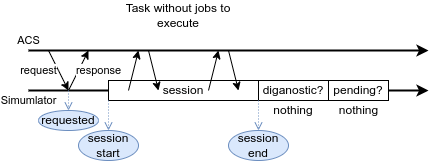
anlix-io/genieacs-sim keeps this draw.io diagram as diagrams/task without jobs.png. Above is the earlier version. Source tidied: cells renumbered, new cells last; positions are measured from the earlier drawing's top-left corner, leaving out a move shared by most shapes.
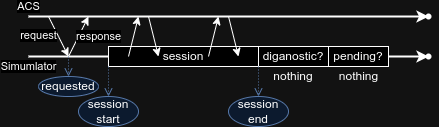
Later version of the same file.

What changed in the source:
```diff
@@ -2,21 +2,16 @@
   <root>
     <mxCell id="0" />
     <mxCell id="1" parent="0" />
-    <mxCell id="2" value="Simumlator" style="endArrow=classic;html=1;rounded=0;strokeWidth=2;" parent="1" edge="1">
+    <mxCell id="2" value="Simumlator" style="endArrow=classic;html=1;rounded=0;strokeWidth=2;entryX=0.3;entryY=0.583;entryDx=0;entryDy=0;entryPerimeter=0;" parent="1" edge="1" target="27">
       <mxGeometry x="-1" y="-10" relative="1" as="geometry">
         <mxPoint y="90" as="sourcePoint" />
-        <mxPoint x="400" y="90" as="targetPoint" />
       </mxGeometry>
     </mxCell>
-    <mxCell id="3" value="ACS" style="endArrow=classic;html=1;rounded=0;strokeWidth=2;" parent="1" edge="1">
+    <mxCell id="3" value="ACS" style="endArrow=classic;html=1;rounded=0;strokeWidth=2;entryX=0.433;entryY=0.7;entryDx=0;entryDy=0;entryPerimeter=0;" parent="1" edge="1" target="26">
       <mxGeometry x="-1" y="10" relative="1" as="geometry">
         <mxPoint y="50" as="sourcePoint" />
-        <mxPoint x="400" y="50" as="targetPoint" />
       </mxGeometry>
     </mxCell>
-    <mxCell id="4" value="Task without jobs to execute" style="text;html=1;strokeColor=none;fillColor=none;align=center;verticalAlign=middle;whiteSpace=wrap;rounded=0;" parent="1" vertex="1">
-      <mxGeometry x="80" width="140" height="30" as="geometry" />
-    </mxCell>
     <mxCell id="5" style="group;" parent="1" vertex="1">
       <mxGeometry x="300" y="80" width="60" height="35" as="geometry" />
     </mxCell>
@@ -103,5 +98,11 @@
     <mxCell id="25" value="&lt;br&gt;" style="endArrow=open;html=1;rounded=0;exitX=1;exitY=1;exitDx=0;exitDy=0;fillColor=#dae8fc;strokeColor=#6c8ebf;entryX=0.5;entryY=0;entryDx=0;entryDy=0;dashed=1;dashPattern=1 2;endFill=0;" parent="16" edge="1" source="17" target="23">
       <mxGeometry x="-0.2" relative="1" as="geometry" />
     </mxCell>
+    <mxCell id="26" style="shape=waypoint;sketch=0;fillStyle=solid;size=6;points=[];fillColor=none;perimeter=centerPerimeter;snapToPoint=1;" parent="1" vertex="1">
+      <mxGeometry x="390" y="40" width="20" height="20" as="geometry" />
+    </mxCell>
+    <mxCell id="27" style="shape=waypoint;sketch=0;fillStyle=solid;size=6;points=[];fillColor=none;perimeter=centerPerimeter;snapToPoint=1;" parent="1" vertex="1">
+      <mxGeometry x="390" y="80" width="20" height="20" as="geometry" />
+    </mxCell>
   </root>
 </mxGraphModel>
```
